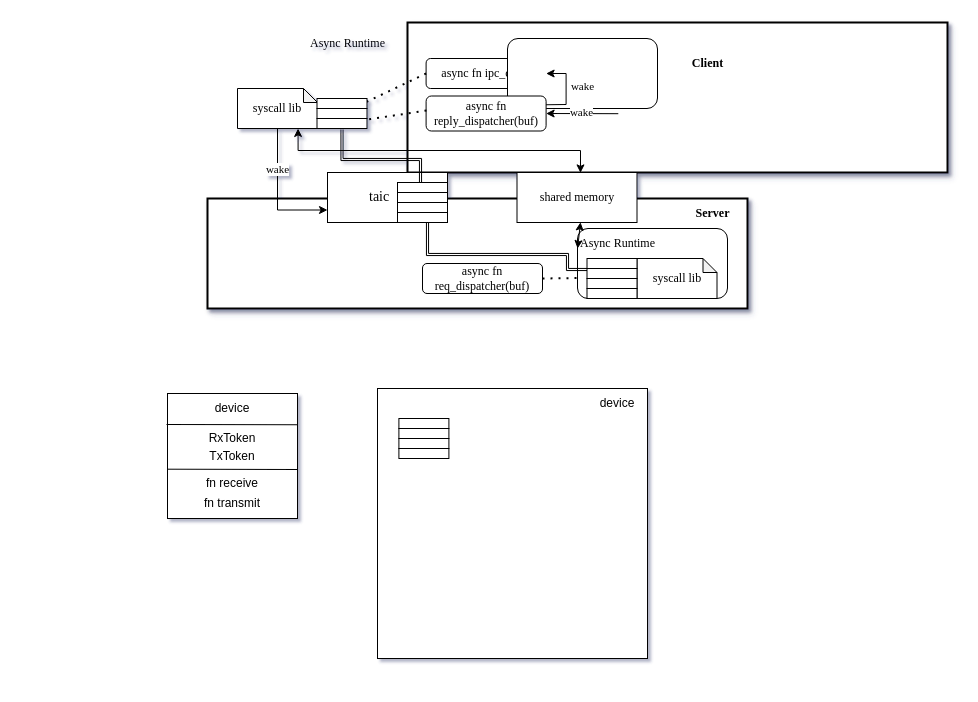
The draw.io diagram async_framework.drawio in wyatt-dai/GraduationProject, before the edit. Source tidied: cells renumbered, new cells numbered last; positions are measured from the earlier drawing's top-left corner, leaving out a move shared by most shapes. Both pictures are drawn from the tidied source at 100%, with x=0, y=0 at pixel (166, 22).
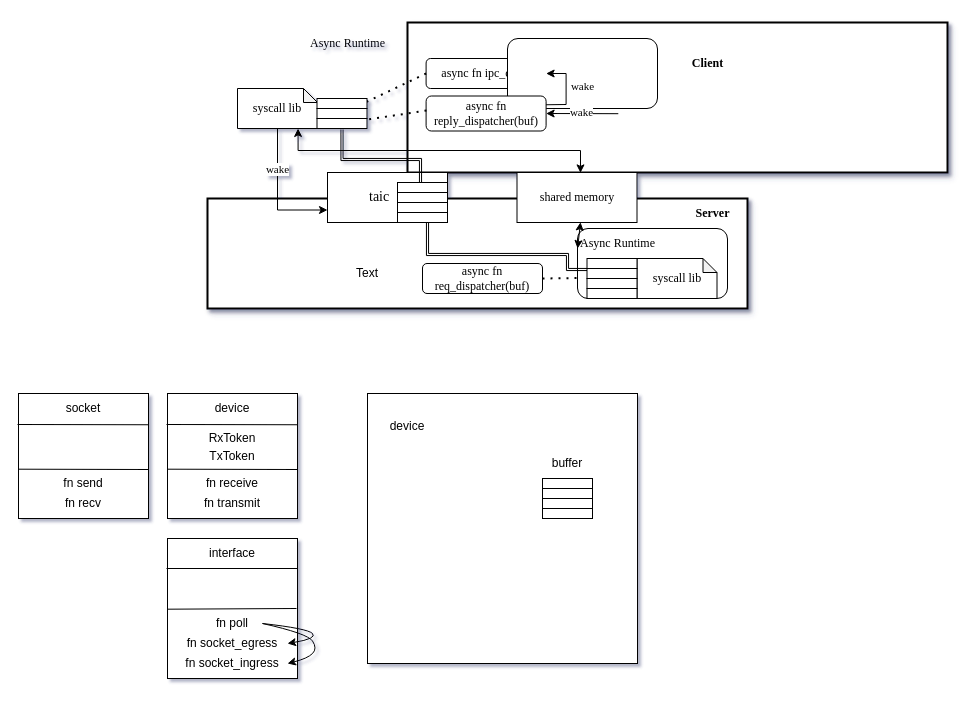
After the change.

The edit, as a diff of the source:
```diff
@@
     <mxCell id="41" style="rounded=0;whiteSpace=wrap;html=1;" parent="1" vertex="1">
-      <mxGeometry x="211" y="366" width="270" height="270" as="geometry" />
+      <mxGeometry x="201" y="371" width="270" height="270" as="geometry" />
     </mxCell>
     <mxCell id="42" value="device" style="text;html=1;align=center;verticalAlign=middle;whiteSpace=wrap;rounded=0;" parent="1" vertex="1">
-      <mxGeometry x="421" y="366" width="60" height="30" as="geometry" />
+      <mxGeometry x="211" y="388.5" width="60" height="30" as="geometry" />
     </mxCell>
     <mxCell id="43" style="rounded=0;whiteSpace=wrap;html=1;" parent="1" vertex="1">
-      <mxGeometry x="232.4" y="396" width="50" height="10" as="geometry" />
+      <mxGeometry x="376" y="456" width="50" height="10" as="geometry" />
     </mxCell>
     <mxCell id="44" style="rounded=0;whiteSpace=wrap;html=1;" parent="1" vertex="1">
-      <mxGeometry x="232.4" y="406" width="50" height="10" as="geometry" />
+      <mxGeometry x="376" y="466" width="50" height="10" as="geometry" />
     </mxCell>
     <mxCell id="45" style="rounded=0;whiteSpace=wrap;html=1;" parent="1" vertex="1">
-      <mxGeometry x="232.4" y="416" width="50" height="10" as="geometry" />
+      <mxGeometry x="376" y="476" width="50" height="10" as="geometry" />
     </mxCell>
     <mxCell id="46" style="rounded=0;whiteSpace=wrap;html=1;" parent="1" vertex="1">
-      <mxGeometry x="232.4" y="426" width="50" height="10" as="geometry" />
+      <mxGeometry x="376" y="486" width="50" height="10" as="geometry" />
     </mxCell>
@@
+    <mxCell id="55" style="rounded=0;whiteSpace=wrap;html=1;" parent="1" vertex="1">
+      <mxGeometry x="1" y="516" width="130" height="140" as="geometry" />
+    </mxCell>
+    <mxCell id="56" value="interface" style="text;html=1;align=center;verticalAlign=middle;whiteSpace=wrap;rounded=0;" parent="1" vertex="1">
+      <mxGeometry x="36" y="516" width="60" height="30" as="geometry" />
+    </mxCell>
+    <mxCell id="57" style="endArrow=none;html=1;rounded=0;exitX=-0.015;exitY=0.606;exitDx=0;exitDy=0;exitPerimeter=0;" parent="1" edge="1">
+      <mxGeometry relative="1" as="geometry">
+        <mxPoint x="1" y="586.7" as="sourcePoint" />
+        <mxPoint x="130" y="586" as="targetPoint" />
+      </mxGeometry>
+    </mxCell>
+    <mxCell id="58" style="endArrow=none;html=1;rounded=0;" parent="1" edge="1">
+      <mxGeometry relative="1" as="geometry">
+        <mxPoint y="546" as="sourcePoint" />
+        <mxPoint x="131" y="546" as="targetPoint" />
+      </mxGeometry>
+    </mxCell>
+    <mxCell id="59" value="fn&amp;nbsp;poll" style="text;html=1;align=center;verticalAlign=middle;whiteSpace=wrap;rounded=0;" parent="1" vertex="1">
+      <mxGeometry x="36" y="586" width="60" height="30" as="geometry" />
+    </mxCell>
+    <mxCell id="60" value="fn&amp;nbsp;socket_egress" style="text;html=1;align=center;verticalAlign=middle;whiteSpace=wrap;rounded=0;" parent="1" vertex="1">
+      <mxGeometry x="11" y="606" width="110" height="30" as="geometry" />
+    </mxCell>
+    <mxCell id="61" value="fn&amp;nbsp;socket_ingress" style="text;html=1;align=center;verticalAlign=middle;whiteSpace=wrap;rounded=0;" parent="1" vertex="1">
+      <mxGeometry x="11" y="626" width="110" height="30" as="geometry" />
+    </mxCell>
+    <mxCell id="62" style="curved=1;endArrow=classic;html=1;rounded=0;exitX=1;exitY=0.5;exitDx=0;exitDy=0;entryX=1;entryY=0.5;entryDx=0;entryDy=0;" parent="1" edge="1" source="59" target="60">
+      <mxGeometry relative="1" as="geometry">
+        <Array as="points">
+          <mxPoint x="141" y="606" />
+          <mxPoint x="151" y="616" />
+        </Array>
+      </mxGeometry>
+    </mxCell>
+    <mxCell id="63" style="curved=1;endArrow=classic;html=1;rounded=0;exitX=1;exitY=0.5;exitDx=0;exitDy=0;entryX=1;entryY=0.5;entryDx=0;entryDy=0;" parent="1" edge="1" source="59" target="61">
+      <mxGeometry relative="1" as="geometry">
+        <Array as="points">
+          <mxPoint x="141" y="611" />
+          <mxPoint x="151" y="626" />
+          <mxPoint x="141" y="636" />
+        </Array>
+      </mxGeometry>
+    </mxCell>
+    <mxCell id="64" style="rounded=0;whiteSpace=wrap;html=1;" parent="1" vertex="1">
+      <mxGeometry x="-148" y="371" width="130" height="125" as="geometry" />
+    </mxCell>
+    <mxCell id="65" value="socket" style="text;html=1;align=center;verticalAlign=middle;whiteSpace=wrap;rounded=0;" parent="1" vertex="1">
+      <mxGeometry x="-113" y="371" width="60" height="30" as="geometry" />
+    </mxCell>
+    <mxCell id="66" style="endArrow=none;html=1;rounded=0;entryX=1;entryY=0.608;entryDx=0;entryDy=0;entryPerimeter=0;exitX=-0.015;exitY=0.606;exitDx=0;exitDy=0;exitPerimeter=0;" parent="1" edge="1" target="64">
+      <mxGeometry relative="1" as="geometry">
+        <mxPoint x="-148" y="446.7" as="sourcePoint" />
+      </mxGeometry>
+    </mxCell>
+    <mxCell id="67" style="endArrow=none;html=1;rounded=0;entryX=1;entryY=0.25;entryDx=0;entryDy=0;" parent="1" edge="1" target="64">
+      <mxGeometry relative="1" as="geometry">
+        <mxPoint x="-149" y="402" as="sourcePoint" />
+      </mxGeometry>
+    </mxCell>
+    <mxCell id="68" value="fn&amp;nbsp;send" style="text;html=1;align=center;verticalAlign=middle;whiteSpace=wrap;rounded=0;" parent="1" vertex="1">
+      <mxGeometry x="-113" y="446" width="60" height="30" as="geometry" />
+    </mxCell>
+    <mxCell id="69" value="fn&amp;nbsp;recv" style="text;html=1;align=center;verticalAlign=middle;whiteSpace=wrap;rounded=0;" parent="1" vertex="1">
+      <mxGeometry x="-113" y="466" width="60" height="30" as="geometry" />
+    </mxCell>
+    <mxCell id="70" value="Text" style="text;html=1;align=center;verticalAlign=middle;whiteSpace=wrap;rounded=0;" parent="1" vertex="1">
+      <mxGeometry x="171" y="236" width="60" height="30" as="geometry" />
+    </mxCell>
+    <mxCell id="71" value="buffer" style="text;html=1;align=center;verticalAlign=middle;whiteSpace=wrap;rounded=0;" parent="1" vertex="1">
+      <mxGeometry x="371" y="426" width="60" height="30" as="geometry" />
+    </mxCell>
```
